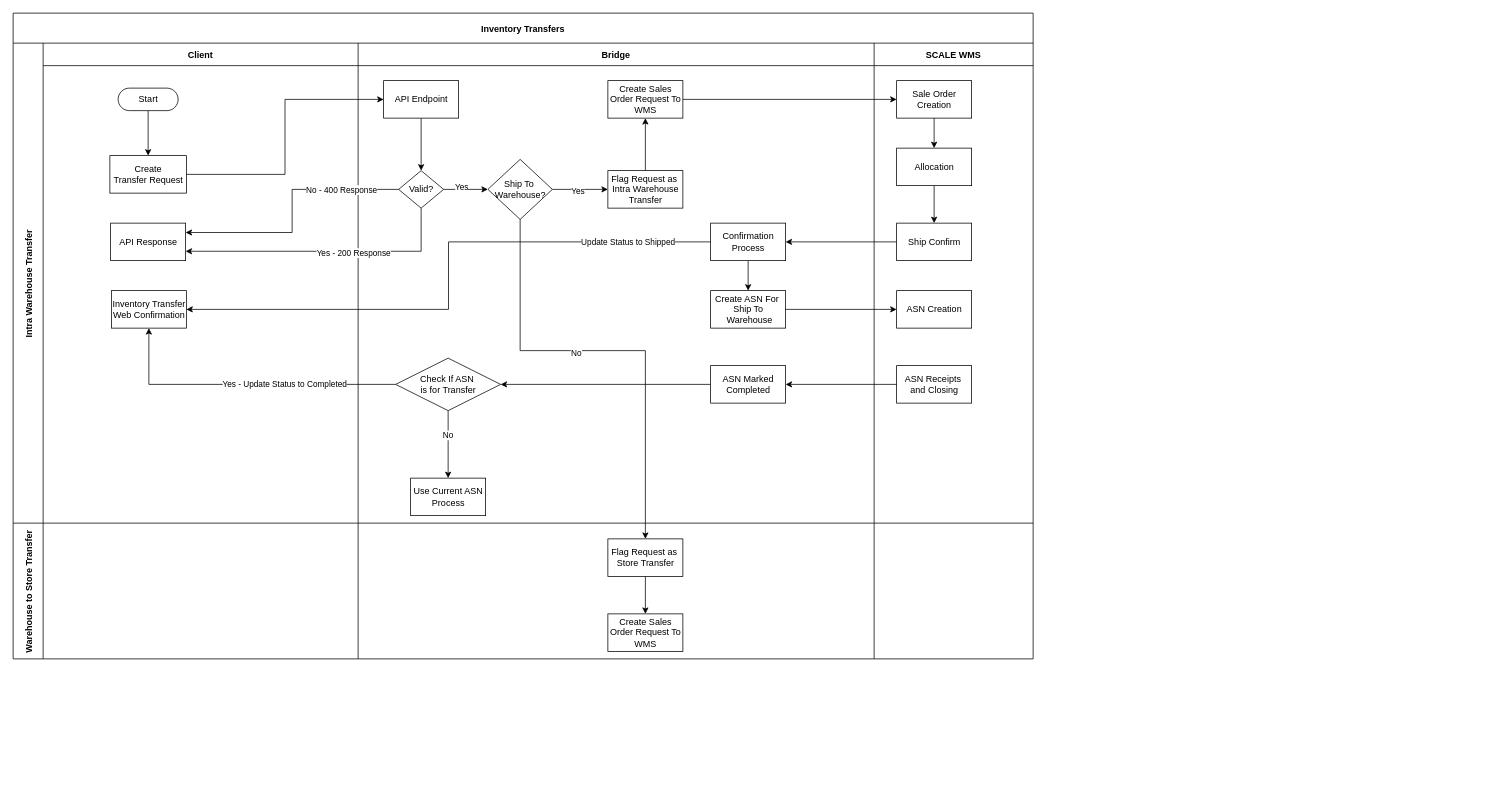
Earlier version of the draw.io diagram page "Data Flows" (2 of 3) of InventoryTransferFlows.drawio (campbelltravis/Workflows). Source tidied: cells renumbered, new cells numbered last; positions are measured from the earlier drawing's top-left corner, leaving out a move shared by most shapes. Both pictures are drawn from the tidied source at 75%, with x=0, y=0 at pixel (13, 13). Pictures stored in the file or linked from it are replaced by grey dashed boxes.
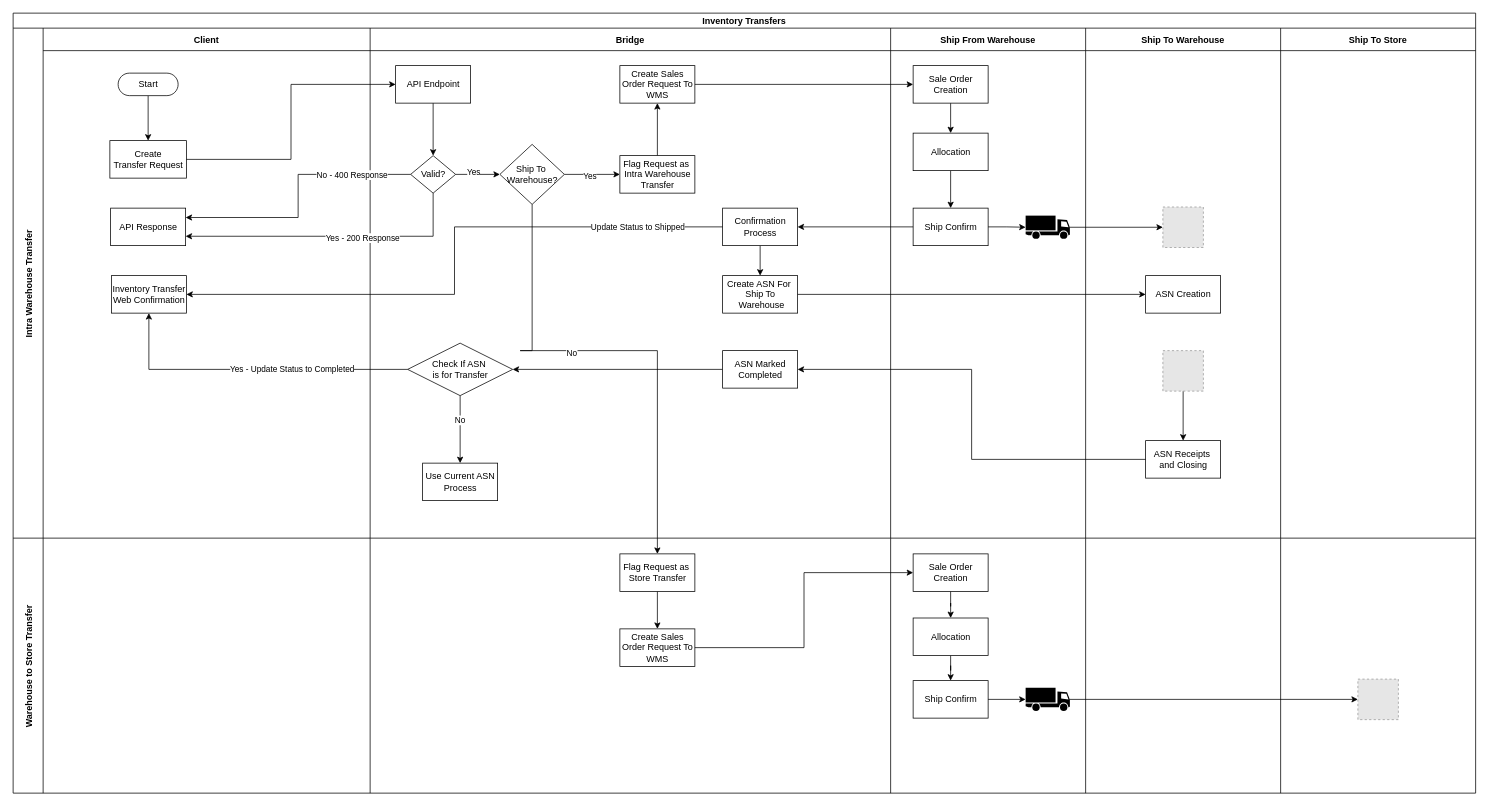
Above is the later version.

The change refers to these unchanged cells:
```xml
<mxCell id="36" value="Ship Confirm" style="html=1;dashed=0;whitespace=wrap;" parent="31" vertex="1">
  <mxGeometry x="30" y="240" width="100" height="50" as="geometry" />
</mxCell>
<mxCell id="55" value="Create Sales&lt;br&gt;Order Request To&lt;br&gt;WMS" style="html=1;dashed=0;whitespace=wrap;" parent="54" vertex="1">
  <mxGeometry x="333" y="121" width="100" height="50" as="geometry" />
</mxCell>
```

The edit, as a diff of the source:
```diff
@@
-    <mxCell id="2" value="Inventory Transfers" style="shape=table;childLayout=tableLayout;startSize=40;fillColor=none;fontStyle=1;" parent="1" vertex="1">
-      <mxGeometry width="1360" height="861" as="geometry" />
+    <mxCell id="2" value="Inventory Transfers" style="shape=table;childLayout=tableLayout;startSize=20;fillColor=none;fontStyle=1;" parent="1" vertex="1">
+      <mxGeometry width="1950" height="1040" as="geometry" />
     </mxCell>
     <mxCell id="3" value="Intra Warehouse Transfer" style="shape=tableRow;horizontal=0;swimlaneHead=0;swimlaneBody=0;top=0;left=0;bottom=0;right=0;fillColor=none;startSize=40;fontStyle=1;" parent="2" vertex="1">
-      <mxGeometry y="40" width="1360" height="640" as="geometry" />
+      <mxGeometry y="20" width="1950" height="680" as="geometry" />
     </mxCell>
     <mxCell id="4" value="Client" style="swimlane;swimlaneHead=0;swimlaneBody=0;fillColor=none;startSize=30;fontStyle=1;" parent="3" vertex="1">
-      <mxGeometry x="40" width="420" height="640" as="geometry" />
+      <mxGeometry x="40" width="436" height="680" as="geometry" />
     </mxCell>
@@
     <mxCell id="10" value="Bridge" style="swimlane;swimlaneHead=0;swimlaneBody=0;fillColor=none;startSize=30;fontStyle=1;" parent="3" vertex="1">
-      <mxGeometry x="460" width="688" height="640" as="geometry" />
+      <mxGeometry x="476" width="694" height="680" as="geometry" />
     </mxCell>
@@
-    <mxCell id="31" value="SCALE WMS" style="swimlane;swimlaneHead=0;swimlaneBody=0;fillColor=none;startSize=30;fontStyle=1;" parent="3" vertex="1">
-      <mxGeometry x="1148" width="212" height="640" as="geometry" />
+    <mxCell id="31" value="Ship From Warehouse" style="swimlane;swimlaneHead=0;swimlaneBody=0;fillColor=none;startSize=30;fontStyle=1;" parent="3" vertex="1">
+      <mxGeometry x="1170" width="260" height="680" as="geometry" />
     </mxCell>
@@
+    <mxCell id="61" style="shape=mxgraph.signs.transportation.truck_1;html=1;fillColor=#000000;strokeColor=none;verticalLabelPosition=bottom;verticalAlign=top;align=center;fontFamily=Helvetica;fontSize=12;fontColor=default;startSize=40;direction=east;flipV=0;flipH=1;" parent="31" vertex="1">
+      <mxGeometry x="180" y="250" width="59" height="31" as="geometry" />
+    </mxCell>
+    <mxCell id="62" style="edgeStyle=orthogonalEdgeStyle;rounded=0;jettySize=auto;html=1;exitX=1;exitY=0.5;exitDx=0;exitDy=0;entryX=1;entryY=0.5;entryDx=0;entryDy=0;entryPerimeter=0;fontFamily=Helvetica;fontSize=12;fontColor=default;startSize=40;" parent="31" edge="1" source="36" target="61">
+      <mxGeometry relative="1" as="geometry" />
+    </mxCell>
+    <mxCell id="63" value="Ship To Warehouse" style="swimlane;swimlaneHead=0;swimlaneBody=0;fillColor=none;startSize=30;fontStyle=1;" parent="3" vertex="1">
+      <mxGeometry x="1430" width="260" height="680" as="geometry" />
+    </mxCell>
-    <mxCell id="37" value="ASN Creation" style="html=1;dashed=0;whitespace=wrap;" parent="31" vertex="1">
-      <mxGeometry x="30" y="330" width="100" height="50" as="geometry" />
+    <mxCell id="37" value="ASN Creation" style="html=1;dashed=0;whitespace=wrap;" parent="63" vertex="1">
+      <mxGeometry x="80" y="330" width="100" height="50" as="geometry" />
     </mxCell>
-    <mxCell id="38" value="ASN Receipts&amp;nbsp;&lt;br&gt;and Closing" style="html=1;dashed=0;whitespace=wrap;" parent="31" vertex="1">
-      <mxGeometry x="30" y="430" width="100" height="50" as="geometry" />
+    <mxCell id="38" value="ASN Receipts&amp;nbsp;&lt;br&gt;and Closing" style="html=1;dashed=0;whitespace=wrap;" parent="63" vertex="1">
+      <mxGeometry x="80" y="550" width="100" height="50" as="geometry" />
     </mxCell>
+    <mxCell id="64" style="fillColor=#E6E6E6;strokeColor=#999999;dashed=1;html=1;verticalAlign=top;verticalLabelPosition=bottom;labelBackgroundColor=#ffffff;fontFamily=Helvetica;fontSize=12;fontColor=default;" parent="63" vertex="1">
+      <mxGeometry x="103" y="238.5" width="54" height="54" as="geometry" />
+    </mxCell>
+    <mxCell id="65" style="edgeStyle=orthogonalEdgeStyle;rounded=0;jettySize=auto;html=1;exitX=0.5;exitY=1;exitDx=0;exitDy=0;fontFamily=Helvetica;fontSize=12;fontColor=default;startSize=40;" parent="63" edge="1" source="66" target="38">
+      <mxGeometry relative="1" as="geometry" />
+    </mxCell>
+    <mxCell id="66" style="fillColor=#E6E6E6;strokeColor=#999999;dashed=1;html=1;verticalAlign=top;verticalLabelPosition=bottom;labelBackgroundColor=#ffffff;fontFamily=Helvetica;fontSize=12;fontColor=default;" parent="63" vertex="1">
+      <mxGeometry x="103" y="430" width="54" height="54" as="geometry" />
+    </mxCell>
+    <mxCell id="67" value="Ship To Store" style="swimlane;swimlaneHead=0;swimlaneBody=0;fillColor=none;startSize=30;fontStyle=1;" parent="3" vertex="1">
+      <mxGeometry x="1690" width="260" height="680" as="geometry" />
+    </mxCell>
@@
+    <mxCell id="68" style="edgeStyle=orthogonalEdgeStyle;rounded=0;jettySize=auto;html=1;exitX=0;exitY=0.5;exitDx=0;exitDy=0;exitPerimeter=0;entryX=0;entryY=0.5;entryDx=0;entryDy=0;fontFamily=Helvetica;fontSize=12;fontColor=default;startSize=40;" parent="3" edge="1" source="61" target="64">
+      <mxGeometry relative="1" as="geometry" />
+    </mxCell>
     <mxCell id="52" value="Warehouse to Store Transfer" style="shape=tableRow;horizontal=0;swimlaneHead=0;swimlaneBody=0;top=0;left=0;bottom=0;right=0;fillColor=none;startSize=40;fontStyle=1;" parent="2" vertex="1">
-      <mxGeometry y="680" width="1360" height="181" as="geometry" />
+      <mxGeometry y="700" width="1950" height="340" as="geometry" />
     </mxCell>
     <mxCell id="53" style="swimlane;swimlaneHead=0;swimlaneBody=0;fillColor=none;startSize=0;fontStyle=1;" parent="52" vertex="1">
-      <mxGeometry x="40" width="420" height="181" as="geometry" />
+      <mxGeometry x="40" width="436" height="340" as="geometry" />
     </mxCell>
     <mxCell id="54" style="swimlane;swimlaneHead=0;swimlaneBody=0;fillColor=none;startSize=0;fontStyle=1;" parent="52" vertex="1">
-      <mxGeometry x="460" width="688" height="181" as="geometry" />
+      <mxGeometry x="476" width="694" height="340" as="geometry" />
     </mxCell>
@@
     <mxCell id="58" style="swimlane;swimlaneHead=0;swimlaneBody=0;fillColor=none;startSize=0;fontStyle=1;" parent="52" vertex="1">
-      <mxGeometry x="1148" width="212" height="181" as="geometry" />
+      <mxGeometry x="1170" width="260" height="340" as="geometry" />
     </mxCell>
+    <mxCell id="69" style="edgeStyle=orthogonalEdgeStyle;rounded=0;jettySize=auto;html=1;exitX=0.5;exitY=1;exitDx=0;exitDy=0;fontFamily=Helvetica;fontSize=12;fontColor=default;startSize=40;" parent="58" edge="1" source="70" target="72">
+      <mxGeometry relative="1" as="geometry" />
+    </mxCell>
+    <mxCell id="70" value="Sale Order&lt;br&gt;Creation" style="html=1;dashed=0;whitespace=wrap;" parent="58" vertex="1">
+      <mxGeometry x="30" y="21" width="100" height="50" as="geometry" />
+    </mxCell>
+    <mxCell id="71" style="edgeStyle=orthogonalEdgeStyle;rounded=0;jettySize=auto;html=1;exitX=0.5;exitY=1;exitDx=0;exitDy=0;fontFamily=Helvetica;fontSize=12;fontColor=default;startSize=40;" parent="58" edge="1" source="72" target="73">
+      <mxGeometry relative="1" as="geometry" />
+    </mxCell>
+    <mxCell id="72" value="Allocation" style="html=1;dashed=0;whitespace=wrap;" parent="58" vertex="1">
+      <mxGeometry x="30" y="106.5" width="100" height="50" as="geometry" />
+    </mxCell>
+    <mxCell id="73" value="Ship Confirm" style="html=1;dashed=0;whitespace=wrap;" parent="58" vertex="1">
+      <mxGeometry x="30" y="190" width="100" height="50" as="geometry" />
+    </mxCell>
+    <mxCell id="74" style="shape=mxgraph.signs.transportation.truck_1;html=1;fillColor=#000000;strokeColor=none;verticalLabelPosition=bottom;verticalAlign=top;align=center;fontFamily=Helvetica;fontSize=12;fontColor=default;startSize=40;direction=east;flipV=0;flipH=1;" parent="58" vertex="1">
+      <mxGeometry x="180" y="199.5" width="59" height="31" as="geometry" />
+    </mxCell>
+    <mxCell id="75" style="edgeStyle=orthogonalEdgeStyle;rounded=0;jettySize=auto;html=1;exitX=1;exitY=0.5;exitDx=0;exitDy=0;entryX=1;entryY=0.5;entryDx=0;entryDy=0;entryPerimeter=0;fontFamily=Helvetica;fontSize=12;fontColor=default;startSize=40;" parent="58" edge="1" source="73" target="74">
+      <mxGeometry relative="1" as="geometry" />
+    </mxCell>
+    <mxCell id="76" style="swimlane;swimlaneHead=0;swimlaneBody=0;fillColor=none;startSize=0;fontStyle=1;" parent="52" vertex="1">
+      <mxGeometry x="1430" width="260" height="340" as="geometry" />
+    </mxCell>
+    <mxCell id="77" style="swimlane;swimlaneHead=0;swimlaneBody=0;fillColor=none;startSize=0;fontStyle=1;" parent="52" vertex="1">
+      <mxGeometry x="1690" width="260" height="340" as="geometry" />
+    </mxCell>
+    <mxCell id="78" style="fillColor=#E6E6E6;strokeColor=#999999;dashed=1;html=1;verticalAlign=top;verticalLabelPosition=bottom;labelBackgroundColor=#ffffff;fontFamily=Helvetica;fontSize=12;fontColor=default;" parent="77" vertex="1">
+      <mxGeometry x="103" y="188" width="54" height="54" as="geometry" />
+    </mxCell>
+    <mxCell id="79" style="edgeStyle=orthogonalEdgeStyle;rounded=0;jettySize=auto;html=1;exitX=1;exitY=0.5;exitDx=0;exitDy=0;entryX=0;entryY=0.5;entryDx=0;entryDy=0;fontFamily=Helvetica;fontSize=12;fontColor=default;startSize=40;" parent="52" edge="1" source="55" target="70">
+      <mxGeometry relative="1" as="geometry" />
+    </mxCell>
+    <mxCell id="80" style="edgeStyle=orthogonalEdgeStyle;rounded=0;jettySize=auto;html=1;exitX=0;exitY=0.5;exitDx=0;exitDy=0;exitPerimeter=0;fontFamily=Helvetica;fontSize=12;fontColor=default;startSize=40;" parent="52" edge="1" source="74" target="78">
+      <mxGeometry relative="1" as="geometry" />
+    </mxCell>
```
